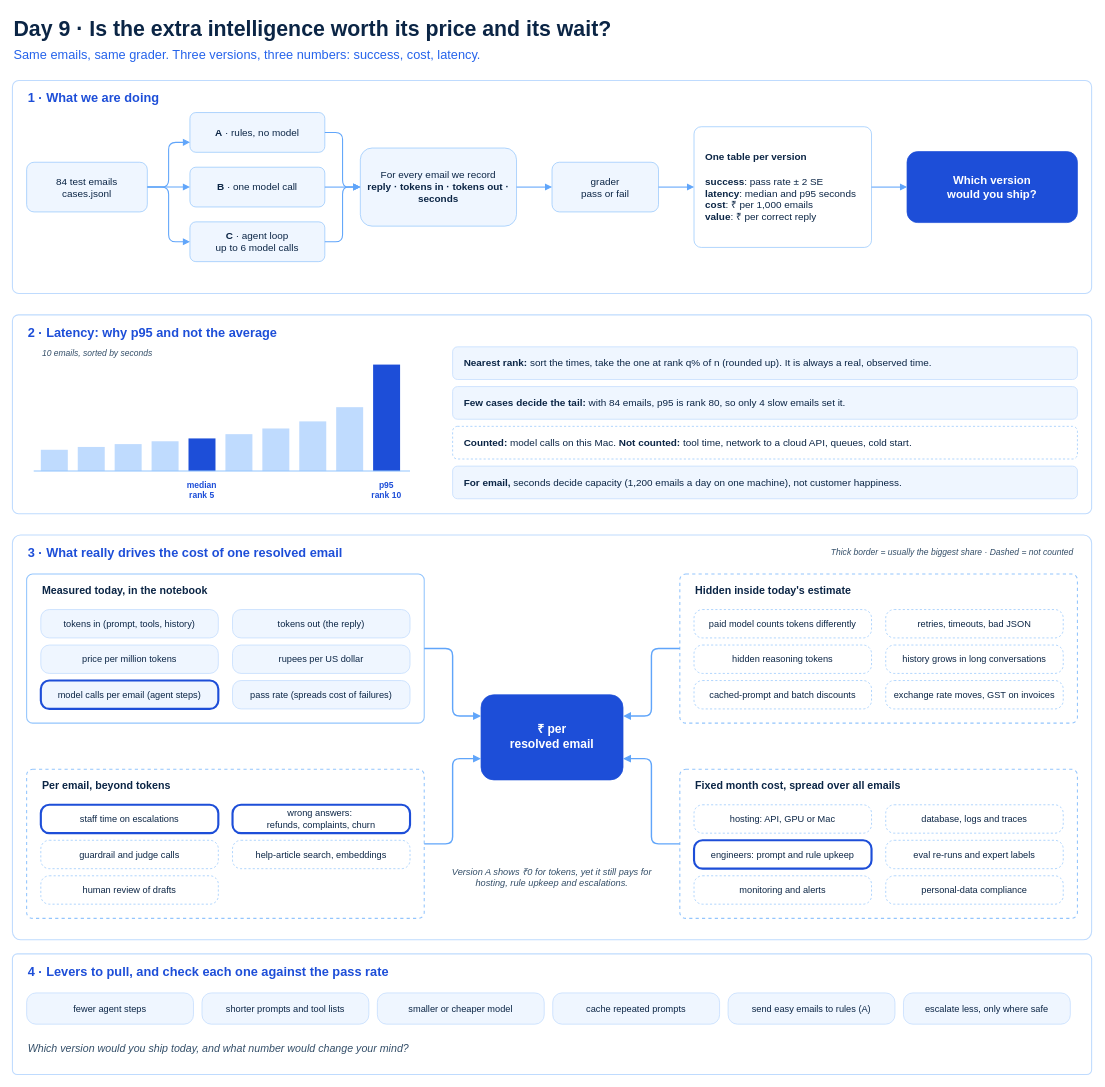
Earlier version of the draw.io diagram fde-first-principles/1-measure-before-you-believe/09-success-cost-latency/day9-success-cost-latency.drawio (raj-champaneriya-ibm/continuous-learning). Source tidied: cells renumbered, new cells numbered last; positions are measured from the earlier drawing's top-left corner, leaving out a move shared by most shapes. Both pictures are drawn from the tidied source at 71%, with x=0, y=0 at pixel (12, 12).
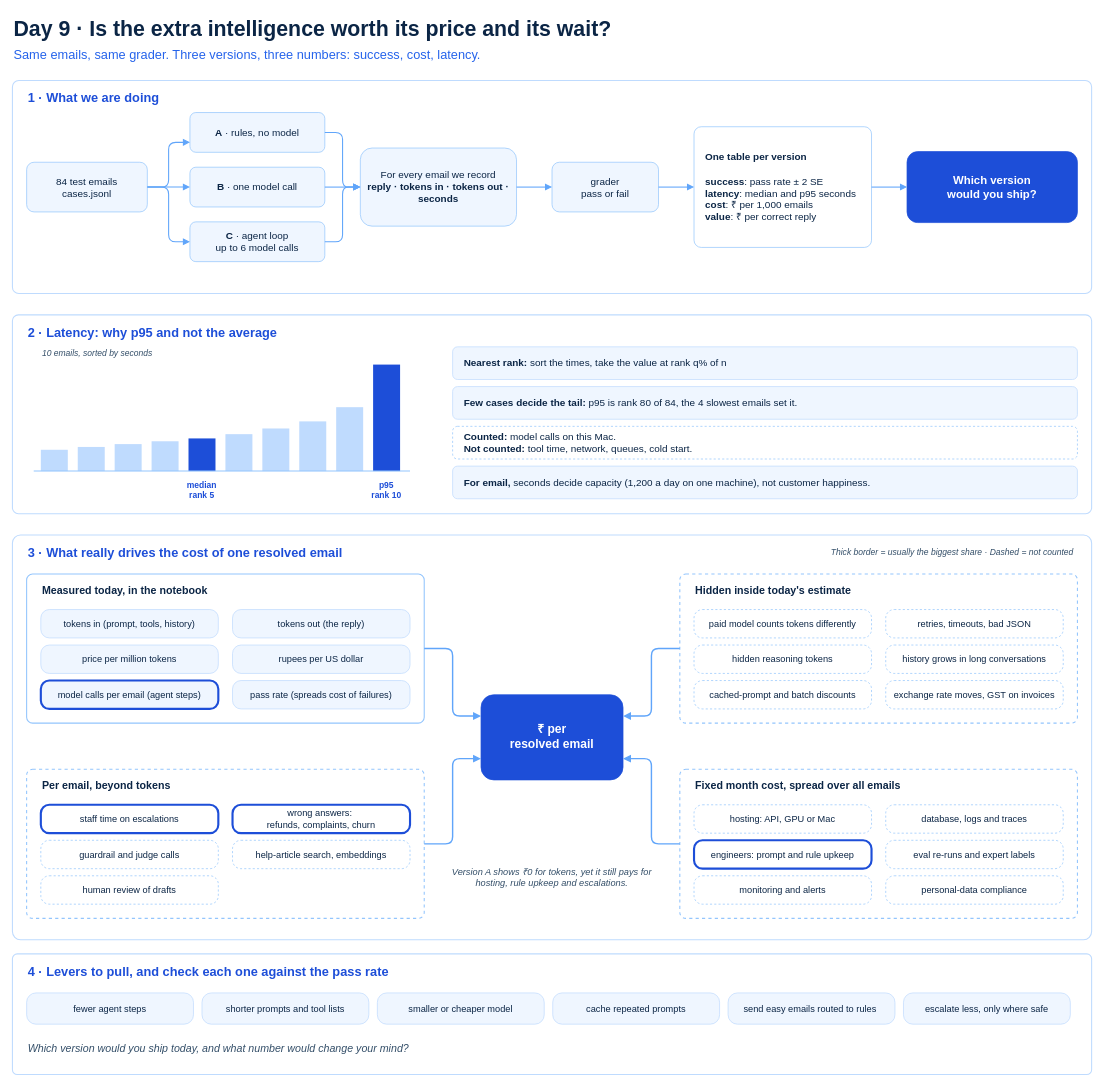
After the change.

Commit message (it also covers changes not shown here):
Refine README and diagram content for clarity on cost and latency trade-offs

Diff of the diagram source:
```diff
@@
-    <mxCell id="39" value="&lt;b&gt;Nearest rank:&lt;/b&gt; sort the times, take the one at rank q% of n (rounded up). It is always a real, observed time." style="rounded=1;whiteSpace=wrap;html=1;align=left;spacingLeft=14;fontFamily=Helvetica;fontSize=14;fillColor=#EFF6FF;strokeColor=#BFDBFE;fontColor=#0B2545;" parent="1" vertex="1">
+    <mxCell id="39" value="&lt;b&gt;Nearest rank:&lt;/b&gt; sort the times, take the value at rank q% of n" style="rounded=1;whiteSpace=wrap;html=1;align=left;spacingLeft=14;fontFamily=Helvetica;fontSize=14;fillColor=#EFF6FF;strokeColor=#BFDBFE;fontColor=#0B2545;" parent="1" vertex="1">
       <mxGeometry x="620" y="471" width="880" height="46" as="geometry" />
     </mxCell>
-    <mxCell id="40" value="&lt;b&gt;Few cases decide the tail:&lt;/b&gt; with 84 emails, p95 is rank 80, so only 4 slow emails set it." style="rounded=1;whiteSpace=wrap;html=1;align=left;spacingLeft=14;fontFamily=Helvetica;fontSize=14;fillColor=#EFF6FF;strokeColor=#BFDBFE;fontColor=#0B2545;" parent="1" vertex="1">
+    <mxCell id="40" value="&lt;b&gt;Few cases decide the tail:&lt;/b&gt;&amp;nbsp;p95 is rank 80 of 84, the 4 slowest emails set it." style="rounded=1;whiteSpace=wrap;html=1;align=left;spacingLeft=14;fontFamily=Helvetica;fontSize=14;fillColor=#EFF6FF;strokeColor=#BFDBFE;fontColor=#0B2545;" parent="1" vertex="1">
       <mxGeometry x="620" y="527" width="880" height="46" as="geometry" />
     </mxCell>
-    <mxCell id="41" value="&lt;b&gt;Counted:&lt;/b&gt; model calls on this Mac. &lt;b&gt;Not counted:&lt;/b&gt; tool time, network to a cloud API, queues, cold start." style="rounded=1;whiteSpace=wrap;html=1;align=left;spacingLeft=14;fontFamily=Helvetica;fontSize=14;fillColor=#FFFFFF;strokeColor=#93C5FD;dashed=1;fontColor=#0B2545;" parent="1" vertex="1">
+    <mxCell id="41" value="&lt;b&gt;Counted:&lt;/b&gt; model calls on this Mac.&lt;div&gt;&lt;b&gt;Not counted:&lt;/b&gt; tool time, network, queues, cold start.&lt;/div&gt;" style="rounded=1;whiteSpace=wrap;html=1;align=left;spacingLeft=14;fontFamily=Helvetica;fontSize=14;fillColor=#FFFFFF;strokeColor=#93C5FD;dashed=1;fontColor=#0B2545;" parent="1" vertex="1">
       <mxGeometry x="620" y="583" width="880" height="46" as="geometry" />
     </mxCell>
-    <mxCell id="42" value="&lt;b&gt;For email,&lt;/b&gt; seconds decide capacity (1,200 emails a day on one machine), not customer happiness." style="rounded=1;whiteSpace=wrap;html=1;align=left;spacingLeft=14;fontFamily=Helvetica;fontSize=14;fillColor=#EFF6FF;strokeColor=#BFDBFE;fontColor=#0B2545;" parent="1" vertex="1">
+    <mxCell id="42" value="&lt;b&gt;For email,&lt;/b&gt; seconds decide capacity (1,200 a day on one machine), not customer happiness." style="rounded=1;whiteSpace=wrap;html=1;align=left;spacingLeft=14;fontFamily=Helvetica;fontSize=14;fillColor=#EFF6FF;strokeColor=#BFDBFE;fontColor=#0B2545;" parent="1" vertex="1">
       <mxGeometry x="620" y="639" width="880" height="46" as="geometry" />
     </mxCell>
@@
-    <mxCell id="89" value="send easy emails to rules (A)" style="rounded=1;arcSize=30;whiteSpace=wrap;html=1;fontFamily=Helvetica;fontSize=13;fillColor=#EFF6FF;strokeColor=#BFDBFE;fontColor=#0B2545;" parent="1" vertex="1">
+    <mxCell id="89" value="send easy emails routed to rules&amp;nbsp;" style="rounded=1;arcSize=30;whiteSpace=wrap;html=1;fontFamily=Helvetica;fontSize=13;fillColor=#EFF6FF;strokeColor=#BFDBFE;fontColor=#0B2545;" parent="1" vertex="1">
       <mxGeometry x="1008" y="1381" width="235" height="44" as="geometry" />
     </mxCell>
```
